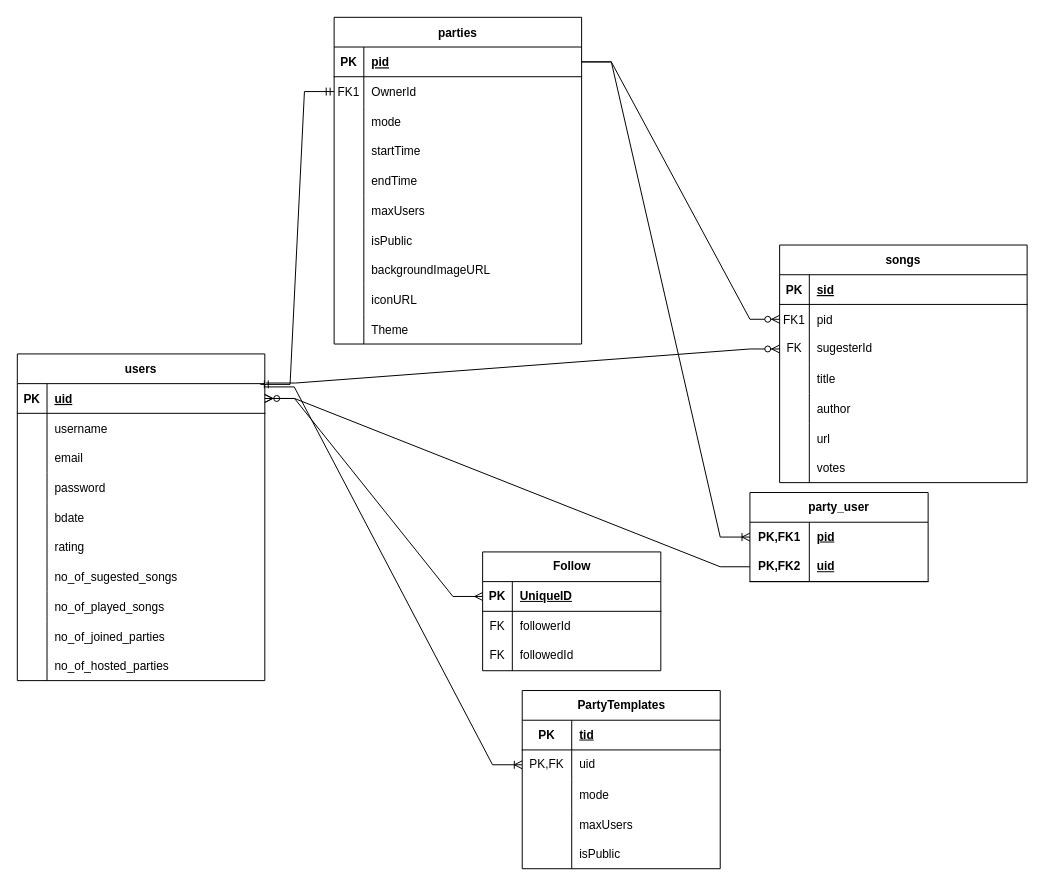
This is docs/PMA_database.drawio from DavidUKr/PartyMusicApp, a draw.io file, before an edit. Source tidied: cells renumbered, new cells numbered last; positions are measured from the earlier drawing's top-left corner, leaving out a move shared by most shapes. Both pictures are drawn from the tidied source at 99%, with x=0, y=0 at pixel (17, 17).
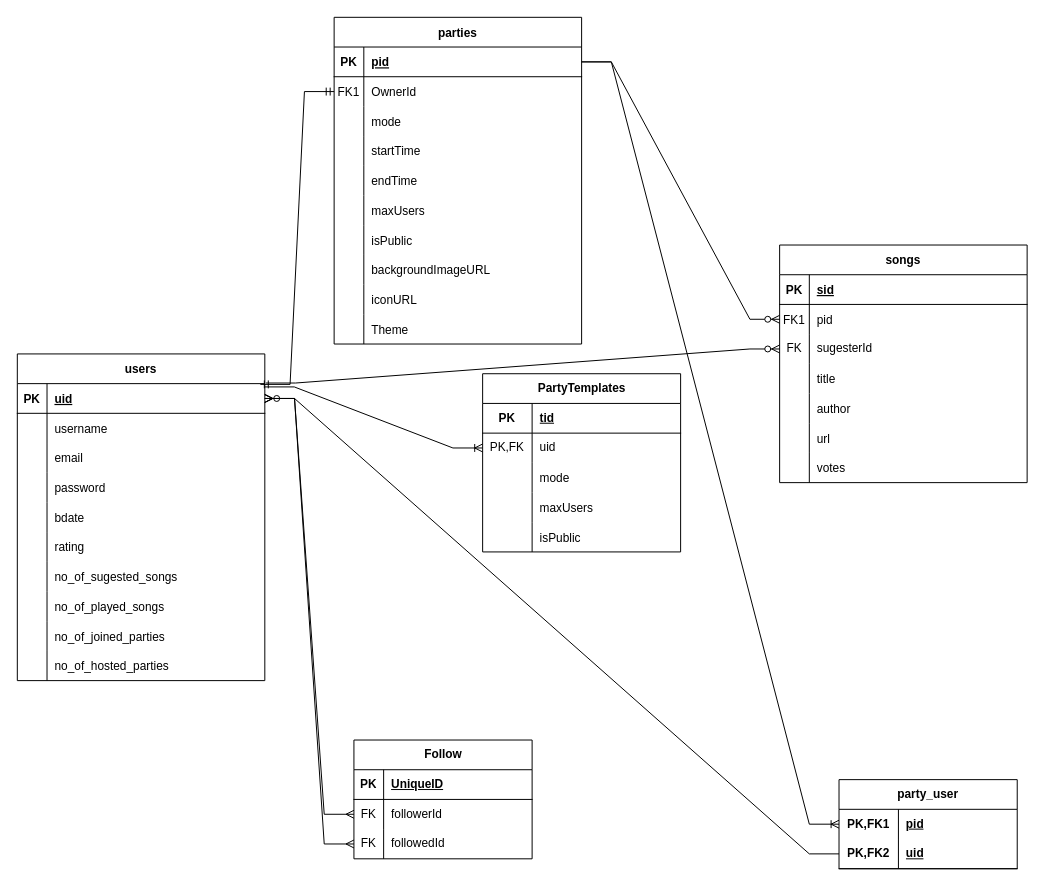
After the change.

The change refers to these unchanged cells:
```xml
<mxCell id="25" style="shape=partialRectangle;fillColor=none;points=[[0,0.5],[1,0.5]];portConstraint=eastwest;top=0;left=0;right=0;bottom=1;" parent="24" vertex="1">
  <mxGeometry y="30" width="250" height="30" as="geometry" />
</mxCell>
<mxCell id="68" style="shape=tableRow;horizontal=0;startSize=0;swimlaneHead=0;swimlaneBody=0;fillColor=none;points=[[0,0.5],[1,0.5]];portConstraint=eastwest;top=0;left=0;right=0;bottom=1;" parent="67" vertex="1">
  <mxGeometry y="30" width="180" height="30" as="geometry" />
</mxCell>
<mxCell id="71" style="shape=tableRow;horizontal=0;startSize=0;swimlaneHead=0;swimlaneBody=0;fillColor=none;points=[[0,0.5],[1,0.5]];portConstraint=eastwest;top=0;left=0;right=0;bottom=0;" parent="67" vertex="1">
  <mxGeometry y="60" width="180" height="30" as="geometry" />
</mxCell>
<mxCell id="74" style="shape=tableRow;horizontal=0;startSize=0;swimlaneHead=0;swimlaneBody=0;fillColor=none;points=[[0,0.5],[1,0.5]];portConstraint=eastwest;top=0;left=0;right=0;bottom=0;" parent="67" vertex="1">
  <mxGeometry y="90" width="180" height="30" as="geometry" />
</mxCell>
```

What changed in the source:
```diff
@@
     <mxCell id="55" value="party_user" style="shape=table;startSize=30;childLayout=tableLayout;rowLines=0;fontStyle=1;align=center;html=1;whiteSpace=wrap;" parent="1" vertex="1">
-      <mxGeometry x="740" y="480" width="180" height="90" as="geometry" />
+      <mxGeometry x="830" y="770" width="180" height="90" as="geometry" />
     </mxCell>
@@
     <mxCell id="67" value="Follow" style="shape=table;startSize=30;childLayout=tableLayout;rowLines=0;fontStyle=1;align=center;html=1;" parent="1" vertex="1">
-      <mxGeometry x="470" y="540" width="180" height="120" as="geometry" />
+      <mxGeometry x="340" y="730" width="180" height="120" as="geometry" />
     </mxCell>
@@
-    <mxCell id="77" style="edgeStyle=entityRelationEdgeStyle;fontSize=12;html=1;endArrow=ERmany;startArrow=ERmany;rounded=0;exitX=1;exitY=0.5;exitDx=0;exitDy=0;" parent="1" edge="1" source="25" target="68">
+    <mxCell id="77" style="edgeStyle=entityRelationEdgeStyle;fontSize=12;html=1;endArrow=ERmany;startArrow=ERmany;rounded=0;exitX=1;exitY=0.5;exitDx=0;exitDy=0;entryX=0;entryY=0.5;entryDx=0;entryDy=0;" parent="1" edge="1" source="25" target="71">
       <mxGeometry relative="1" as="geometry" />
     </mxCell>
     <mxCell id="78" value="PartyTemplates" style="shape=table;startSize=30;childLayout=tableLayout;rowLines=0;fontStyle=1;align=center;html=1;" parent="1" vertex="1">
-      <mxGeometry x="510" y="680" width="200" height="180" as="geometry" />
+      <mxGeometry x="470" y="360" width="200" height="180" as="geometry" />
     </mxCell>
@@
+    <mxCell id="126" style="edgeStyle=entityRelationEdgeStyle;fontSize=12;html=1;endArrow=ERmany;startArrow=ERmany;rounded=0;entryX=0;entryY=0.5;entryDx=0;entryDy=0;exitX=1;exitY=0.5;exitDx=0;exitDy=0;" parent="1" edge="1" source="25" target="74">
+      <mxGeometry relative="1" as="geometry" />
+    </mxCell>
```
